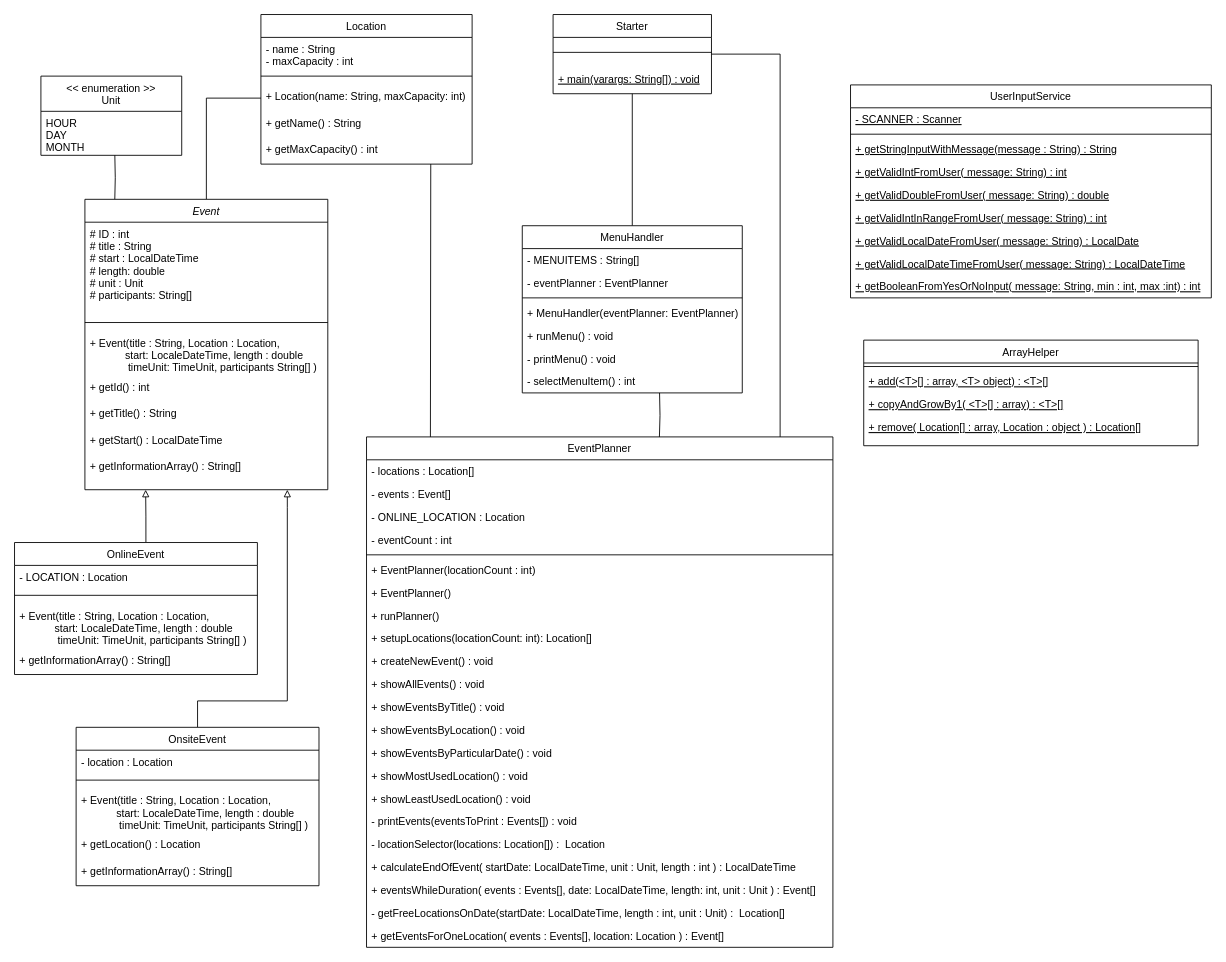
The draw.io diagram doc/UML.drawio in julix14/becker-co1-assignment-02, before the edit. Source tidied: cells renumbered, new cells numbered last; positions are measured from the earlier drawing's top-left corner, leaving out a move shared by most shapes. Both pictures are drawn from the tidied source at 88%, with x=0, y=0 at pixel (14, 14).
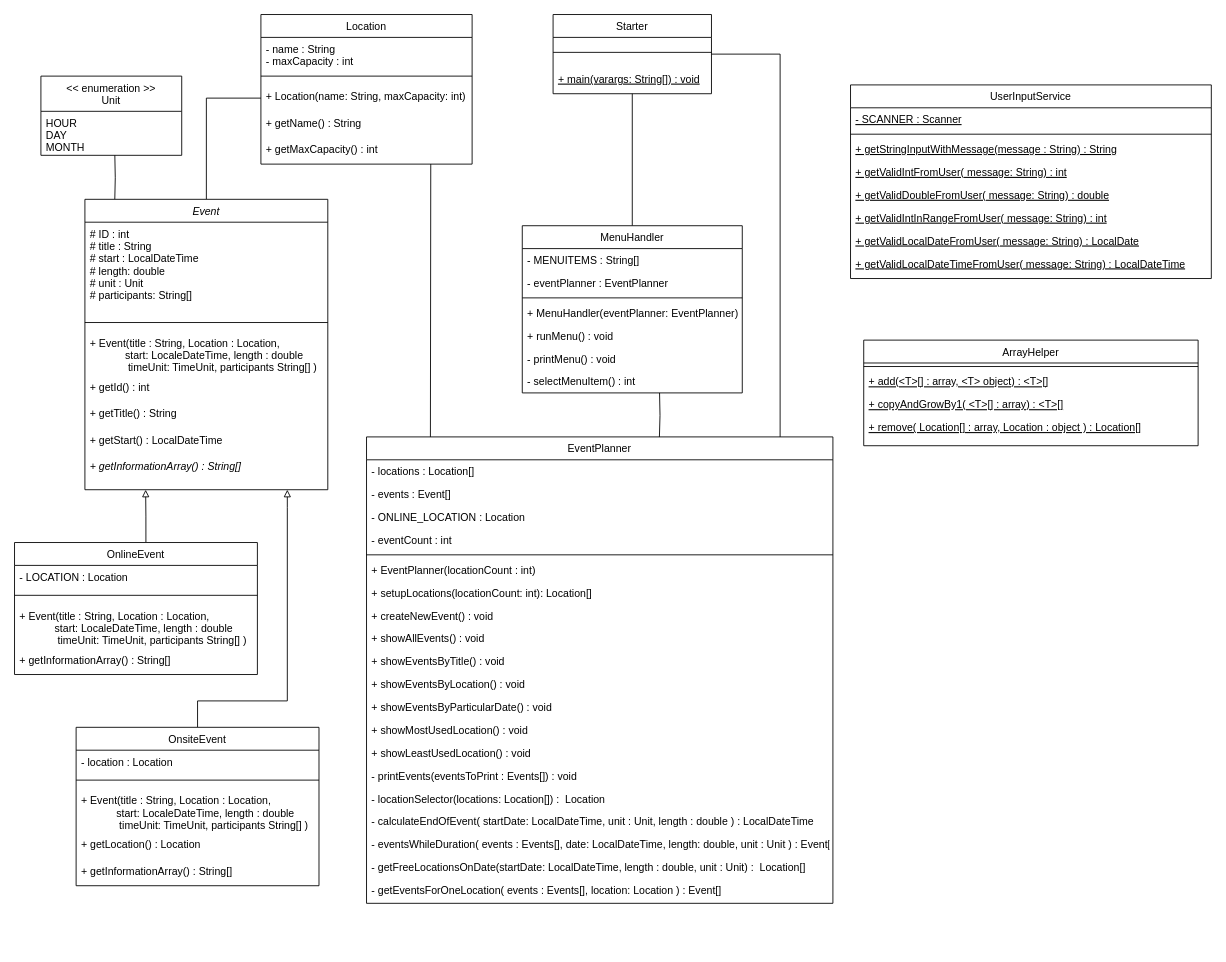
Above is the later version.

Unchanged cells that the change refers to:
```xml
<mxCell id="35" value="Event" style="swimlane;fontStyle=2;align=center;verticalAlign=top;horizontal=1;startSize=26;rounded=0;shadow=0;strokeWidth=1;" parent="1" vertex="1">
  <mxGeometry x="80" y="210" width="276" height="330" as="geometry" />
</mxCell>
```

Change to the diagram source:
```diff
@@
     <mxCell id="2" value="EventPlanner" style="swimlane;fontStyle=0;align=center;verticalAlign=top;horizontal=1;startSize=26;rounded=0;shadow=0;strokeWidth=1;" parent="1" vertex="1">
-      <mxGeometry x="400" y="480" width="530" height="580" as="geometry" />
+      <mxGeometry x="400" y="480" width="530" height="530" as="geometry" />
     </mxCell>
@@
-    <mxCell id="9" value="+ EventPlanner()" style="text;align=left;verticalAlign=top;spacingLeft=4;spacingRight=4;overflow=hidden;fontStyle=0;" parent="2" vertex="1">
-      <mxGeometry y="164" width="530" height="26" as="geometry" />
-    </mxCell>
-    <mxCell id="10" value="+ runPlanner()" style="text;align=left;verticalAlign=top;spacingLeft=4;spacingRight=4;overflow=hidden;fontStyle=0;" parent="2" vertex="1">
-      <mxGeometry y="190" width="530" height="26" as="geometry" />
-    </mxCell>
     <mxCell id="11" value="+ setupLocations(locationCount: int): Location[]" style="text;align=left;verticalAlign=top;spacingLeft=4;spacingRight=4;overflow=hidden;fontStyle=0;" parent="2" vertex="1">
-      <mxGeometry y="216" width="530" height="26" as="geometry" />
+      <mxGeometry y="164" width="530" height="26" as="geometry" />
     </mxCell>
     <mxCell id="12" value="+ createNewEvent() : void" style="text;align=left;verticalAlign=top;spacingLeft=4;spacingRight=4;overflow=hidden;fontStyle=0;" parent="2" vertex="1">
-      <mxGeometry y="242" width="530" height="26" as="geometry" />
+      <mxGeometry y="190" width="530" height="26" as="geometry" />
     </mxCell>
     <mxCell id="13" value="+ showAllEvents() : void" style="text;align=left;verticalAlign=top;spacingLeft=4;spacingRight=4;overflow=hidden;fontStyle=0;" parent="2" vertex="1">
-      <mxGeometry y="268" width="530" height="26" as="geometry" />
+      <mxGeometry y="216" width="530" height="26" as="geometry" />
     </mxCell>
     <mxCell id="14" value="+ showEventsByTitle() : void" style="text;align=left;verticalAlign=top;spacingLeft=4;spacingRight=4;overflow=hidden;fontStyle=0;" parent="2" vertex="1">
-      <mxGeometry y="294" width="530" height="26" as="geometry" />
+      <mxGeometry y="242" width="530" height="26" as="geometry" />
     </mxCell>
     <mxCell id="15" value="+ showEventsByLocation() : void" style="text;align=left;verticalAlign=top;spacingLeft=4;spacingRight=4;overflow=hidden;fontStyle=0;" parent="2" vertex="1">
-      <mxGeometry y="320" width="530" height="26" as="geometry" />
+      <mxGeometry y="268" width="530" height="26" as="geometry" />
     </mxCell>
     <mxCell id="16" value="+ showEventsByParticularDate() : void" style="text;align=left;verticalAlign=top;spacingLeft=4;spacingRight=4;overflow=hidden;fontStyle=0;" parent="2" vertex="1">
-      <mxGeometry y="346" width="530" height="26" as="geometry" />
+      <mxGeometry y="294" width="530" height="26" as="geometry" />
     </mxCell>
     <mxCell id="17" value="+ showMostUsedLocation() : void" style="text;align=left;verticalAlign=top;spacingLeft=4;spacingRight=4;overflow=hidden;fontStyle=0;" parent="2" vertex="1">
-      <mxGeometry y="372" width="530" height="26" as="geometry" />
+      <mxGeometry y="320" width="530" height="26" as="geometry" />
     </mxCell>
     <mxCell id="18" value="+ showLeastUsedLocation() : void &#10;" style="text;align=left;verticalAlign=top;spacingLeft=4;spacingRight=4;overflow=hidden;fontStyle=0;" parent="2" vertex="1">
-      <mxGeometry y="398" width="530" height="26" as="geometry" />
+      <mxGeometry y="346" width="530" height="26" as="geometry" />
     </mxCell>
     <mxCell id="19" value="- printEvents(eventsToPrint : Events[]) : void" style="text;align=left;verticalAlign=top;spacingLeft=4;spacingRight=4;overflow=hidden;fontStyle=0;" parent="2" vertex="1">
-      <mxGeometry y="424" width="530" height="26" as="geometry" />
+      <mxGeometry y="372" width="530" height="26" as="geometry" />
     </mxCell>
     <mxCell id="20" value="- locationSelector(locations: Location[]) :  Location" style="text;align=left;verticalAlign=top;spacingLeft=4;spacingRight=4;overflow=hidden;fontStyle=0;" parent="2" vertex="1">
-      <mxGeometry y="450" width="530" height="26" as="geometry" />
+      <mxGeometry y="398" width="530" height="26" as="geometry" />
     </mxCell>
-    <mxCell id="21" value="+ calculateEndOfEvent( startDate: LocalDateTime, unit : Unit, length : int ) : LocalDateTime" style="text;align=left;verticalAlign=top;spacingLeft=4;spacingRight=4;overflow=hidden;fontStyle=0;" parent="2" vertex="1">
-      <mxGeometry y="476" width="530" height="26" as="geometry" />
+    <mxCell id="21" value="- calculateEndOfEvent( startDate: LocalDateTime, unit : Unit, length : double ) : LocalDateTime" style="text;align=left;verticalAlign=top;spacingLeft=4;spacingRight=4;overflow=hidden;fontStyle=0;" parent="2" vertex="1">
+      <mxGeometry y="424" width="530" height="26" as="geometry" />
     </mxCell>
-    <mxCell id="22" value="+ eventsWhileDuration( events : Events[], date: LocalDateTime, length: int, unit : Unit ) : Event[]" style="text;align=left;verticalAlign=top;spacingLeft=4;spacingRight=4;overflow=hidden;fontStyle=0;" parent="2" vertex="1">
-      <mxGeometry y="502" width="530" height="26" as="geometry" />
+    <mxCell id="22" value="- eventsWhileDuration( events : Events[], date: LocalDateTime, length: double, unit : Unit ) : Event[]" style="text;align=left;verticalAlign=top;spacingLeft=4;spacingRight=4;overflow=hidden;fontStyle=0;" parent="2" vertex="1">
+      <mxGeometry y="450" width="530" height="26" as="geometry" />
     </mxCell>
-    <mxCell id="23" value="- getFreeLocationsOnDate(startDate: LocalDateTime, length : int, unit : Unit) :  Location[]" style="text;align=left;verticalAlign=top;spacingLeft=4;spacingRight=4;overflow=hidden;fontStyle=0;" parent="2" vertex="1">
-      <mxGeometry y="528" width="530" height="26" as="geometry" />
+    <mxCell id="23" value="- getFreeLocationsOnDate(startDate: LocalDateTime, length : double, unit : Unit) :  Location[]" style="text;align=left;verticalAlign=top;spacingLeft=4;spacingRight=4;overflow=hidden;fontStyle=0;" parent="2" vertex="1">
+      <mxGeometry y="476" width="530" height="26" as="geometry" />
     </mxCell>
-    <mxCell id="24" value="+ getEventsForOneLocation( events : Events[], location: Location ) : Event[]" style="text;align=left;verticalAlign=top;spacingLeft=4;spacingRight=4;overflow=hidden;fontStyle=0;" parent="2" vertex="1">
-      <mxGeometry y="554" width="530" height="26" as="geometry" />
+    <mxCell id="24" value="- getEventsForOneLocation( events : Events[], location: Location ) : Event[]" style="text;align=left;verticalAlign=top;spacingLeft=4;spacingRight=4;overflow=hidden;fontStyle=0;" parent="2" vertex="1">
+      <mxGeometry y="502" width="530" height="26" as="geometry" />
     </mxCell>
@@
-    <mxCell id="42" value="+ getInformationArray() : String[]" style="text;align=left;verticalAlign=top;spacingLeft=4;spacingRight=4;overflow=hidden;" parent="35" vertex="1">
+    <mxCell id="42" value="+ getInformationArray() : String[]" style="text;align=left;verticalAlign=top;spacingLeft=4;spacingRight=4;overflow=hidden;fontStyle=2;" parent="35" vertex="1">
       <mxGeometry y="290" width="276" height="30" as="geometry" />
     </mxCell>
@@
     <mxCell id="70" value="UserInputService" style="swimlane;fontStyle=0;align=center;verticalAlign=top;horizontal=1;startSize=26;rounded=0;shadow=0;strokeWidth=1;" parent="1" vertex="1">
-      <mxGeometry x="950" y="80" width="410" height="242" as="geometry" />
+      <mxGeometry x="950" y="80" width="410" height="220" as="geometry" />
     </mxCell>
@@
-    <mxCell id="79" value="+ getBooleanFromYesOrNoInput( message: String, min : int, max :int) : int" style="text;align=left;verticalAlign=top;spacingLeft=4;spacingRight=4;overflow=hidden;fontStyle=4;" parent="70" vertex="1">
-      <mxGeometry y="216" width="410" height="26" as="geometry" />
-    </mxCell>
```
